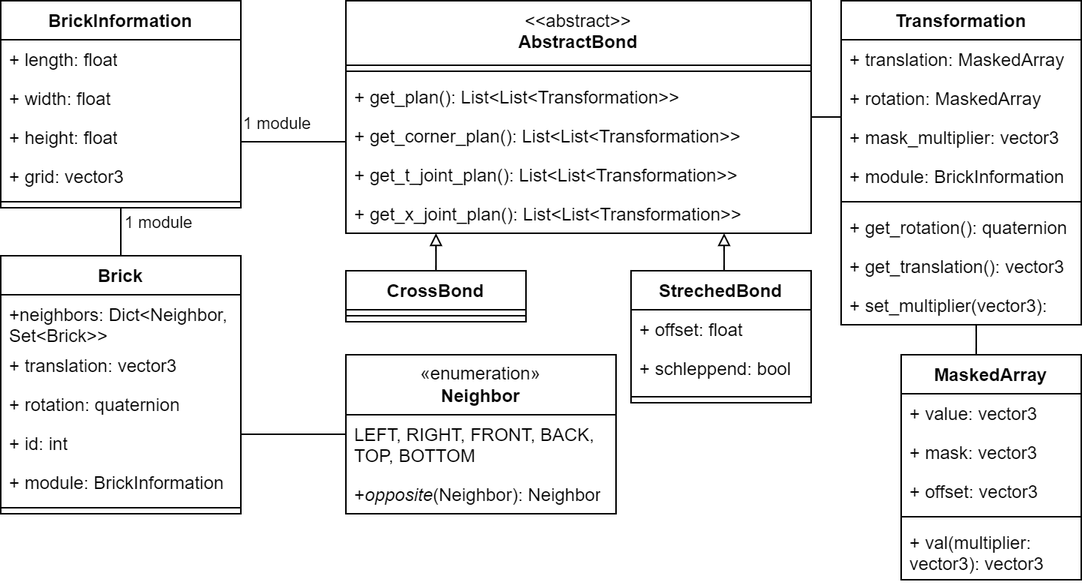
The draw.io diagram txt/fig/klassendiagramm_bonds.drawio.png in rossizero/masterarbeit, before a commit. Source tidied: cells renumbered, new cells last; positions are measured from the earlier drawing's top-left corner, leaving out a move shared by most shapes.
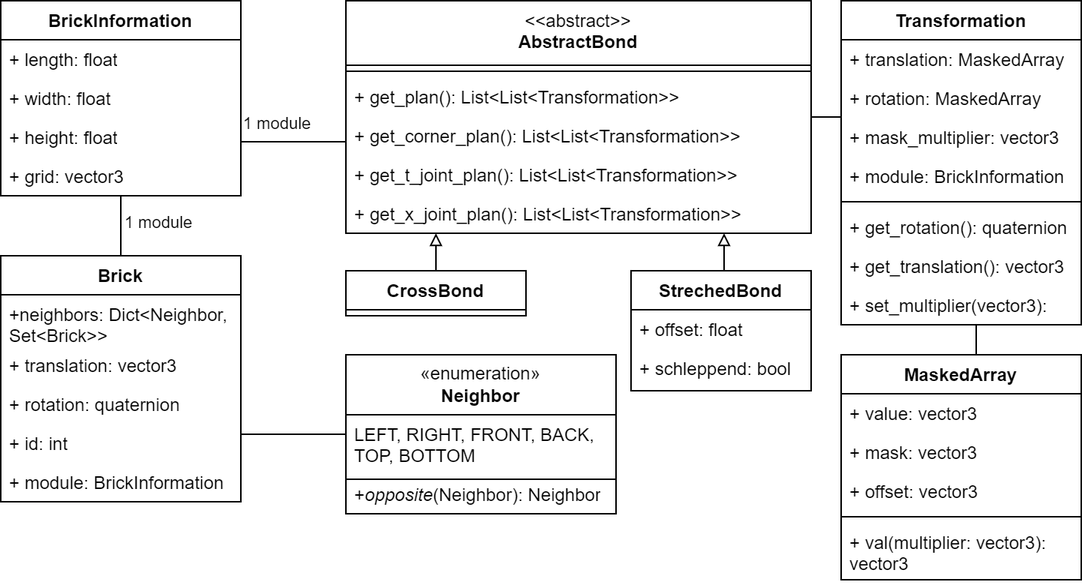
The same file after the commit.

Diff of the diagram source:
```diff
@@ -3,7 +3,7 @@
     <mxCell id="0" />
     <mxCell id="1" parent="0" />
     <mxCell id="2" value="BrickInformation" style="swimlane;fontStyle=1;align=center;verticalAlign=top;horizontal=1;startSize=26;whiteSpace=wrap;html=1;" parent="1" vertex="1">
-      <mxGeometry width="160" height="138" as="geometry" />
+      <mxGeometry width="160" height="130" as="geometry" />
     </mxCell>
     <mxCell id="3" value="+ length: float" style="text;strokeColor=none;fillColor=none;align=left;verticalAlign=top;spacingLeft=4;spacingRight=4;overflow=hidden;whiteSpace=wrap;html=1;" parent="2" vertex="1">
       <mxGeometry y="26" width="160" height="26" as="geometry" />
@@ -17,9 +17,6 @@
     <mxCell id="6" value="+ grid: vector3" style="text;strokeColor=none;fillColor=none;align=left;verticalAlign=top;spacingLeft=4;spacingRight=4;overflow=hidden;whiteSpace=wrap;html=1;" parent="2" vertex="1">
       <mxGeometry y="104" width="160" height="26" as="geometry" />
     </mxCell>
-    <mxCell id="7" style="line;strokeWidth=1;fillColor=none;align=left;verticalAlign=middle;spacingTop=-1;spacingLeft=3;spacingRight=3;labelPosition=right;strokeColor=inherit;" parent="2" vertex="1">
-      <mxGeometry y="130" width="160" height="8" as="geometry" />
-    </mxCell>
     <mxCell id="8" style="edgeStyle=orthogonalEdgeStyle;rounded=0;jettySize=auto;html=1;endArrow=none;endFill=0;" parent="1" edge="1" source="10" target="2">
       <mxGeometry relative="1" as="geometry">
         <Array as="points">
@@ -60,11 +57,8 @@
       </mxGeometry>
     </mxCell>
     <mxCell id="17" value="CrossBond" style="swimlane;fontStyle=1;align=center;verticalAlign=top;horizontal=1;startSize=26;whiteSpace=wrap;html=1;" parent="1" vertex="1">
-      <mxGeometry x="230" y="180" width="120" height="34" as="geometry" />
+      <mxGeometry x="230" y="180" width="120" height="30" as="geometry" />
     </mxCell>
-    <mxCell id="18" style="line;strokeWidth=1;fillColor=none;align=left;verticalAlign=middle;spacingTop=-1;spacingLeft=3;spacingRight=3;labelPosition=right;strokeColor=inherit;" parent="17" vertex="1">
-      <mxGeometry y="26" width="120" height="8" as="geometry" />
-    </mxCell>
     <mxCell id="19" style="edgeStyle=orthogonalEdgeStyle;rounded=0;jettySize=auto;html=1;endArrow=block;endFill=0;" parent="1" edge="1" source="20" target="10">
       <mxGeometry relative="1" as="geometry">
         <Array as="points">
@@ -74,7 +68,7 @@
       </mxGeometry>
     </mxCell>
     <mxCell id="20" value="StrechedBond" style="swimlane;fontStyle=1;align=center;verticalAlign=top;horizontal=1;startSize=26;whiteSpace=wrap;html=1;" parent="1" vertex="1">
-      <mxGeometry x="420" y="180" width="120" height="88" as="geometry" />
+      <mxGeometry x="420" y="180" width="120" height="80" as="geometry" />
     </mxCell>
     <mxCell id="21" value="&lt;div&gt;+ offset: float&lt;/div&gt;" style="text;strokeColor=none;fillColor=none;align=left;verticalAlign=top;spacingLeft=4;spacingRight=4;overflow=hidden;whiteSpace=wrap;html=1;" parent="20" vertex="1">
       <mxGeometry y="26" width="120" height="26" as="geometry" />
@@ -82,9 +76,6 @@
     <mxCell id="22" value="&lt;div&gt;+ schleppend: bool&lt;/div&gt;" style="text;strokeColor=none;fillColor=none;align=left;verticalAlign=top;spacingLeft=4;spacingRight=4;overflow=hidden;whiteSpace=wrap;html=1;" parent="20" vertex="1">
       <mxGeometry y="52" width="120" height="28" as="geometry" />
     </mxCell>
-    <mxCell id="23" style="line;strokeWidth=1;fillColor=none;align=left;verticalAlign=middle;spacingTop=-1;spacingLeft=3;spacingRight=3;labelPosition=right;strokeColor=inherit;" parent="20" vertex="1">
-      <mxGeometry y="80" width="120" height="8" as="geometry" />
-    </mxCell>
     <mxCell id="24" style="edgeStyle=orthogonalEdgeStyle;rounded=0;jettySize=auto;html=1;endArrow=none;endFill=0;" parent="1" edge="1" source="25" target="34">
       <mxGeometry relative="1" as="geometry">
         <Array as="points">
@@ -121,22 +112,22 @@
       <mxGeometry y="190" width="160" height="26" as="geometry" />
     </mxCell>
     <mxCell id="34" value="MaskedArray" style="swimlane;fontStyle=1;align=center;verticalAlign=top;horizontal=1;startSize=26;whiteSpace=wrap;html=1;" parent="1" vertex="1">
-      <mxGeometry x="600" y="236" width="120" height="150" as="geometry" />
+      <mxGeometry x="560" y="236" width="160" height="150" as="geometry" />
     </mxCell>
     <mxCell id="35" value="+ value: vector3" style="text;strokeColor=none;fillColor=none;align=left;verticalAlign=top;spacingLeft=4;spacingRight=4;overflow=hidden;whiteSpace=wrap;html=1;" parent="34" vertex="1">
-      <mxGeometry y="26" width="120" height="26" as="geometry" />
+      <mxGeometry y="26" width="160" height="26" as="geometry" />
     </mxCell>
     <mxCell id="36" value="+ mask: vector3" style="text;strokeColor=none;fillColor=none;align=left;verticalAlign=top;spacingLeft=4;spacingRight=4;overflow=hidden;whiteSpace=wrap;html=1;" parent="34" vertex="1">
-      <mxGeometry y="52" width="120" height="26" as="geometry" />
+      <mxGeometry y="52" width="160" height="26" as="geometry" />
     </mxCell>
     <mxCell id="37" value="+ offset: vector3" style="text;strokeColor=none;fillColor=none;align=left;verticalAlign=top;spacingLeft=4;spacingRight=4;overflow=hidden;whiteSpace=wrap;html=1;" parent="34" vertex="1">
-      <mxGeometry y="78" width="120" height="26" as="geometry" />
+      <mxGeometry y="78" width="160" height="26" as="geometry" />
     </mxCell>
     <mxCell id="38" style="line;strokeWidth=1;fillColor=none;align=left;verticalAlign=middle;spacingTop=-1;spacingLeft=3;spacingRight=3;labelPosition=right;strokeColor=inherit;" parent="34" vertex="1">
-      <mxGeometry y="104" width="120" height="8" as="geometry" />
+      <mxGeometry y="104" width="160" height="8" as="geometry" />
     </mxCell>
     <mxCell id="39" value="+ val(multiplier: vector3): vector3" style="text;strokeColor=none;fillColor=none;align=left;verticalAlign=top;spacingLeft=4;spacingRight=4;overflow=hidden;whiteSpace=wrap;html=1;" parent="34" vertex="1">
-      <mxGeometry y="112" width="120" height="38" as="geometry" />
+      <mxGeometry y="112" width="160" height="38" as="geometry" />
     </mxCell>
     <mxCell id="40" style="edgeStyle=orthogonalEdgeStyle;rounded=0;jettySize=auto;html=1;endArrow=none;endFill=0;" parent="1" edge="1" source="10" target="25">
       <mxGeometry relative="1" as="geometry">
@@ -155,11 +146,17 @@
     <mxCell id="43" value="+&lt;i&gt;opposite&lt;/i&gt;(Neighbor): Neighbor" style="text;strokeColor=none;fillColor=none;align=left;verticalAlign=top;spacingLeft=4;spacingRight=4;overflow=hidden;whiteSpace=wrap;html=1;" parent="41" vertex="1">
       <mxGeometry y="80" width="180" height="26" as="geometry" />
     </mxCell>
+    <mxCell id="54" style="endArrow=none;html=1;rounded=0;exitX=0;exitY=0.5;exitDx=0;exitDy=0;entryX=1;entryY=0.5;entryDx=0;entryDy=0;" parent="41" edge="1">
+      <mxGeometry relative="1" as="geometry">
+        <mxPoint y="83" as="sourcePoint" />
+        <mxPoint x="180" y="83" as="targetPoint" />
+      </mxGeometry>
+    </mxCell>
     <mxCell id="44" style="edgeStyle=orthogonalEdgeStyle;rounded=0;jettySize=auto;html=1;exitX=0.5;exitY=0;exitDx=0;exitDy=0;endArrow=none;endFill=0;" parent="1" edge="1" source="45" target="2">
       <mxGeometry relative="1" as="geometry" />
     </mxCell>
     <mxCell id="45" value="Brick" style="swimlane;fontStyle=1;align=center;verticalAlign=top;horizontal=1;startSize=26;whiteSpace=wrap;html=1;" parent="1" vertex="1">
-      <mxGeometry y="170" width="160" height="172" as="geometry" />
+      <mxGeometry y="170" width="160" height="164" as="geometry" />
     </mxCell>
     <mxCell id="46" value="+neighbors: Dict&amp;lt;Neighbor, Set&amp;lt;Brick&amp;gt;&amp;gt;" style="text;strokeColor=none;fillColor=none;align=left;verticalAlign=top;spacingLeft=4;spacingRight=4;overflow=hidden;whiteSpace=wrap;html=1;" parent="45" vertex="1">
       <mxGeometry y="26" width="160" height="34" as="geometry" />
@@ -176,9 +173,6 @@
     <mxCell id="50" value="+ module: BrickInformation" style="text;strokeColor=none;fillColor=none;align=left;verticalAlign=top;spacingLeft=4;spacingRight=4;overflow=hidden;whiteSpace=wrap;html=1;" parent="45" vertex="1">
       <mxGeometry y="138" width="160" height="26" as="geometry" />
     </mxCell>
-    <mxCell id="51" style="line;strokeWidth=1;fillColor=none;align=left;verticalAlign=middle;spacingTop=-1;spacingLeft=3;spacingRight=3;labelPosition=right;strokeColor=inherit;" parent="45" vertex="1">
-      <mxGeometry y="164" width="160" height="8" as="geometry" />
-    </mxCell>
     <mxCell id="52" style="edgeStyle=orthogonalEdgeStyle;rounded=0;jettySize=auto;html=1;endArrow=none;endFill=0;" parent="1" edge="1" source="41" target="45">
       <mxGeometry relative="1" as="geometry">
         <Array as="points">
```
